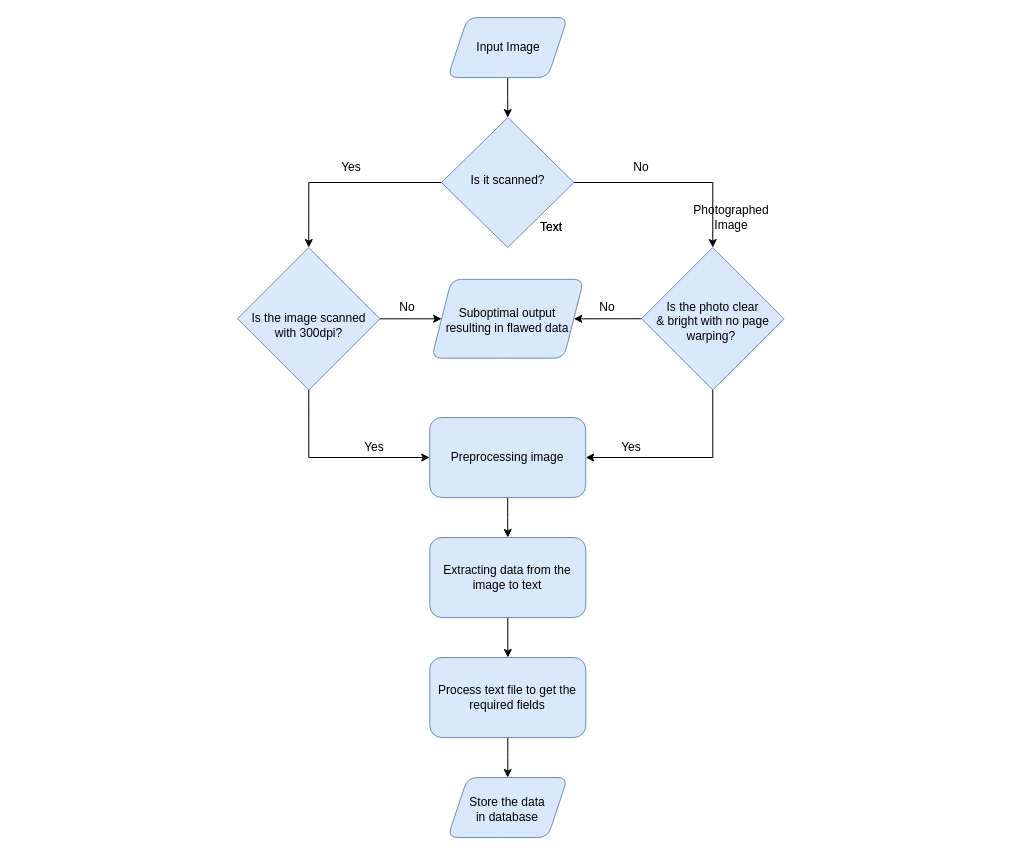
Before: new1.drawio in NiThIn-S/first, a draw.io diagram. Source tidied: cells renumbered, new cells numbered last; positions are measured from the earlier drawing's top-left corner, leaving out a move shared by most shapes. Both pictures are drawn from the tidied source at 100%, with x=0, y=0 at pixel (237, 17).
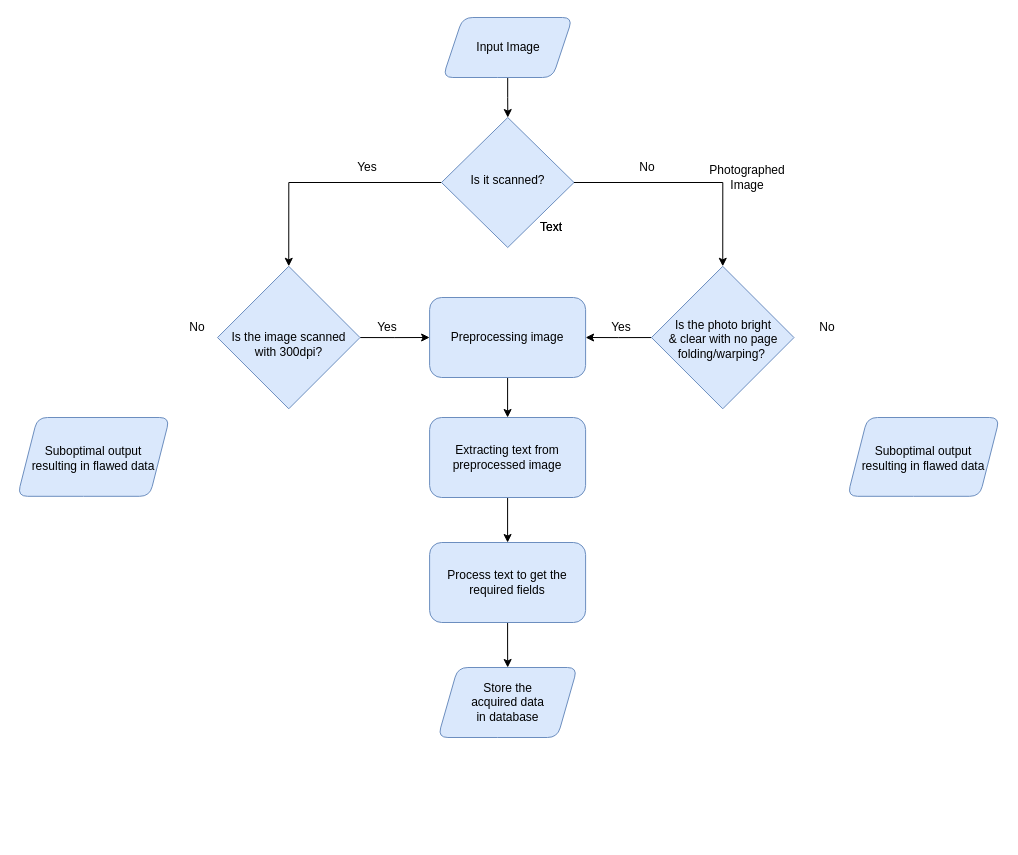
The same page after the edit.

The edit, as a diff of the source:
```diff
@@
-    <mxCell id="2" style="edgeStyle=orthogonalEdgeStyle;rounded=0;jettySize=auto;html=1;exitX=0.5;exitY=1;exitDx=0;exitDy=0;entryX=1;entryY=0.5;entryDx=0;entryDy=0;" parent="1" edge="1" source="4" target="17">
+    <mxCell id="2" style="edgeStyle=orthogonalEdgeStyle;rounded=0;jettySize=auto;html=1;exitX=0;exitY=0.5;exitDx=0;exitDy=0;entryX=1;entryY=0.5;entryDx=0;entryDy=0;" parent="1" edge="1" source="4" target="17">
       <mxGeometry relative="1" as="geometry" />
     </mxCell>
-    <mxCell id="3" style="edgeStyle=orthogonalEdgeStyle;rounded=0;jettySize=auto;html=1;exitX=0;exitY=0.5;exitDx=0;exitDy=0;entryX=1;entryY=0.5;entryDx=0;entryDy=0;" parent="1" edge="1" source="4" target="27">
-      <mxGeometry relative="1" as="geometry" />
-    </mxCell>
-    <mxCell id="4" value="Is the photo clear&lt;div&gt;&amp;amp; bright with no page warping?&amp;nbsp; &lt;br&gt;&lt;/div&gt;" style="rhombus;whiteSpace=wrap;shadow=0;fontFamily=Helvetica;fontSize=12;align=center;strokeWidth=1;spacing=6;spacingTop=6;verticalAlign=middle;textDirection=ltr;html=1;horizontal=1;fillColor=#dae8fc;strokeColor=#6c8ebf;labelPosition=center;verticalLabelPosition=middle;" parent="1" vertex="1">
-      <mxGeometry x="404" y="230" width="142.5" height="142.5" as="geometry" />
+    <mxCell id="4" value="Is the photo bright&lt;div&gt;&amp;amp; clear with no page folding/warping?&amp;nbsp; &lt;br&gt;&lt;/div&gt;" style="rhombus;whiteSpace=wrap;shadow=0;fontFamily=Helvetica;fontSize=12;align=center;strokeWidth=1;spacing=6;spacingTop=4;verticalAlign=middle;textDirection=ltr;html=1;horizontal=1;fillColor=#dae8fc;strokeColor=#6c8ebf;labelPosition=center;verticalLabelPosition=middle;spacingLeft=1;" parent="1" vertex="1">
+      <mxGeometry x="414" y="248.8" width="142.5" height="142.5" as="geometry" />
     </mxCell>
@@
-    <mxCell id="8" style="edgeStyle=orthogonalEdgeStyle;rounded=0;jettySize=auto;html=1;exitX=0.5;exitY=1;exitDx=0;exitDy=0;entryX=0;entryY=0.5;entryDx=0;entryDy=0;" parent="1" edge="1" source="10" target="17">
+    <mxCell id="8" style="edgeStyle=orthogonalEdgeStyle;rounded=0;jettySize=auto;html=1;exitX=1;exitY=0.5;exitDx=0;exitDy=0;entryX=0;entryY=0.5;entryDx=0;entryDy=0;" parent="1" edge="1" source="10" target="17">
       <mxGeometry relative="1" as="geometry" />
     </mxCell>
-    <mxCell id="9" style="edgeStyle=orthogonalEdgeStyle;rounded=0;jettySize=auto;html=1;" parent="1" edge="1" source="10" target="27">
-      <mxGeometry relative="1" as="geometry" />
-    </mxCell>
     <mxCell id="10" value="&lt;div&gt;&lt;span&gt;&lt;br&gt;&lt;/span&gt;&lt;/div&gt;&lt;div&gt;&lt;span&gt;Is the image scanned&lt;/span&gt;&lt;span&gt; with 300dpi? &lt;/span&gt;&lt;/div&gt;" style="rhombus;whiteSpace=wrap;shadow=0;fontFamily=Helvetica;fontSize=12;align=center;strokeWidth=1;spacing=6;spacingTop=-1;verticalAlign=middle;textDirection=ltr;html=1;horizontal=1;fillColor=#dae8fc;strokeColor=#6c8ebf;labelPosition=center;verticalLabelPosition=middle;" parent="1" vertex="1">
-      <mxGeometry y="230" width="142.5" height="142.5" as="geometry" />
+      <mxGeometry x="-20" y="248.8" width="142.5" height="142.5" as="geometry" />
     </mxCell>
-    <mxCell id="11" value="Photographed Image" style="text;html=1;strokeColor=none;fillColor=none;align=center;verticalAlign=middle;whiteSpace=wrap;rounded=0;" parent="1" vertex="1">
-      <mxGeometry x="474" y="190" width="40" height="20" as="geometry" />
+    <mxCell id="11" value="Photographed Image" style="text;html=1;strokeColor=none;fillColor=none;align=center;verticalAlign=middle;whiteSpace=wrap;rounded=0;rotation=0;" parent="1" vertex="1">
+      <mxGeometry x="490" y="150" width="40" height="20" as="geometry" />
     </mxCell>
     <mxCell id="12" value="No" style="text;html=1;strokeColor=none;fillColor=none;align=center;verticalAlign=middle;whiteSpace=wrap;rounded=0;" parent="1" vertex="1">
-      <mxGeometry x="384" y="140" width="40" height="20" as="geometry" />
+      <mxGeometry x="390" y="140" width="40" height="20" as="geometry" />
     </mxCell>
@@
     <mxCell id="15" value="Yes" style="text;html=1;strokeColor=none;fillColor=none;align=center;verticalAlign=middle;whiteSpace=wrap;rounded=0;" parent="1" vertex="1">
-      <mxGeometry x="94" y="140" width="40" height="20" as="geometry" />
+      <mxGeometry x="110" y="140" width="40" height="20" as="geometry" />
     </mxCell>
@@
     <mxCell id="17" value="Preprocessing image" style="rounded=1;whiteSpace=wrap;html=1;align=center;fillColor=#dae8fc;strokeColor=#6c8ebf;" parent="1" vertex="1">
-      <mxGeometry x="192.2" y="400" width="156" height="80" as="geometry" />
+      <mxGeometry x="192.1" y="280" width="156" height="80" as="geometry" />
     </mxCell>
@@
-    <mxCell id="19" value="Extracting data from the image to text" style="rounded=1;whiteSpace=wrap;html=1;align=center;fillColor=#dae8fc;strokeColor=#6c8ebf;spacing=0;" parent="1" vertex="1">
-      <mxGeometry x="192.3" y="520" width="156" height="80" as="geometry" />
+    <mxCell id="19" value="Extracting text from preprocessed image" style="rounded=1;whiteSpace=wrap;html=1;align=center;fillColor=#dae8fc;strokeColor=#6c8ebf;spacing=0;" parent="1" vertex="1">
+      <mxGeometry x="192.1" y="400" width="156" height="80" as="geometry" />
     </mxCell>
@@
-    <mxCell id="21" value="Process text file to get the required fields" style="rounded=1;whiteSpace=wrap;html=1;align=center;fillColor=#dae8fc;strokeColor=#6c8ebf;" parent="1" vertex="1">
-      <mxGeometry x="192.3" y="640" width="156" height="80" as="geometry" />
+    <mxCell id="21" value="Process text to get the required fields" style="rounded=1;whiteSpace=wrap;html=1;align=center;fillColor=#dae8fc;strokeColor=#6c8ebf;" parent="1" vertex="1">
+      <mxGeometry x="192.1" y="525" width="156" height="80" as="geometry" />
     </mxCell>
-    <mxCell id="22" value="&lt;div&gt;Store the data&lt;/div&gt;&lt;div&gt;in database&lt;br&gt;&lt;/div&gt;" style="shape=parallelogram;perimeter=parallelogramPerimeter;whiteSpace=wrap;html=1;fixedSize=1;rounded=1;strokeColor=#6c8ebf;fillColor=#dae8fc;spacingTop=3;" parent="1" vertex="1">
-      <mxGeometry x="210.2" y="760" width="120" height="60" as="geometry" />
+    <mxCell id="22" value="&lt;div&gt;Store the &lt;br&gt;&lt;/div&gt;&lt;div&gt;acquired data&lt;/div&gt;&lt;div&gt;in database&lt;br&gt;&lt;/div&gt;" style="shape=parallelogram;perimeter=parallelogramPerimeter;whiteSpace=wrap;html=1;fixedSize=1;rounded=1;strokeColor=#6c8ebf;fillColor=#dae8fc;spacingTop=-1;spacingLeft=1;" parent="1" vertex="1">
+      <mxGeometry x="200.4" y="650" width="139.5" height="70" as="geometry" />
     </mxCell>
@@
     <mxCell id="24" value="&#10;Input Image&#10;&#10;" style="shape=parallelogram;perimeter=parallelogramPerimeter;whiteSpace=wrap;html=1;fixedSize=1;rounded=1;strokeColor=#6c8ebf;fillColor=#dae8fc;labelPosition=center;verticalLabelPosition=middle;align=center;verticalAlign=middle;strokeWidth=1;spacingLeft=2;spacingTop=13;" parent="1" vertex="1">
-      <mxGeometry x="210.2" width="120" height="60" as="geometry" />
+      <mxGeometry x="205.3" width="129.8" height="60" as="geometry" />
     </mxCell>
     <mxCell id="25" value="Yes" style="text;html=1;strokeColor=none;fillColor=none;align=center;verticalAlign=middle;whiteSpace=wrap;rounded=0;" parent="1" vertex="1">
-      <mxGeometry x="116.5" y="420" width="40" height="20" as="geometry" />
+      <mxGeometry x="130" y="300" width="40" height="20" as="geometry" />
     </mxCell>
     <mxCell id="26" value="Yes" style="text;html=1;strokeColor=none;fillColor=none;align=center;verticalAlign=middle;whiteSpace=wrap;rounded=0;" parent="1" vertex="1">
-      <mxGeometry x="374" y="420" width="40" height="20" as="geometry" />
+      <mxGeometry x="364" y="300" width="40" height="20" as="geometry" />
     </mxCell>
     <mxCell id="27" value="&lt;div&gt;Suboptimal output&lt;/div&gt;&lt;div&gt;resulting in flawed data&lt;br&gt;&lt;/div&gt;" style="shape=parallelogram;perimeter=parallelogramPerimeter;whiteSpace=wrap;html=1;fixedSize=1;rounded=1;strokeColor=#6c8ebf;fillColor=#dae8fc;spacingTop=3;" parent="1" vertex="1">
-      <mxGeometry x="194.1" y="261.9" width="152.2" height="78.8" as="geometry" />
+      <mxGeometry x="610" y="400" width="152.2" height="78.8" as="geometry" />
     </mxCell>
     <mxCell id="28" value="No" style="text;html=1;strokeColor=none;fillColor=none;align=center;verticalAlign=middle;whiteSpace=wrap;rounded=0;" parent="1" vertex="1">
-      <mxGeometry x="350" y="280" width="40" height="20" as="geometry" />
+      <mxGeometry x="570" y="300" width="40" height="20" as="geometry" />
     </mxCell>
     <mxCell id="29" value="No" style="text;html=1;strokeColor=none;fillColor=none;align=center;verticalAlign=middle;whiteSpace=wrap;rounded=0;" parent="1" vertex="1">
-      <mxGeometry x="149.8" y="280" width="40" height="20" as="geometry" />
+      <mxGeometry x="-60" y="300" width="40" height="20" as="geometry" />
     </mxCell>
+    <mxCell id="30" value="&lt;div&gt;Suboptimal output&lt;/div&gt;&lt;div&gt;resulting in flawed data&lt;br&gt;&lt;/div&gt;" style="shape=parallelogram;perimeter=parallelogramPerimeter;whiteSpace=wrap;html=1;fixedSize=1;rounded=1;strokeColor=#6c8ebf;fillColor=#dae8fc;spacingTop=3;" parent="1" vertex="1">
+      <mxGeometry x="-220" y="400" width="152.2" height="78.8" as="geometry" />
+    </mxCell>
```
